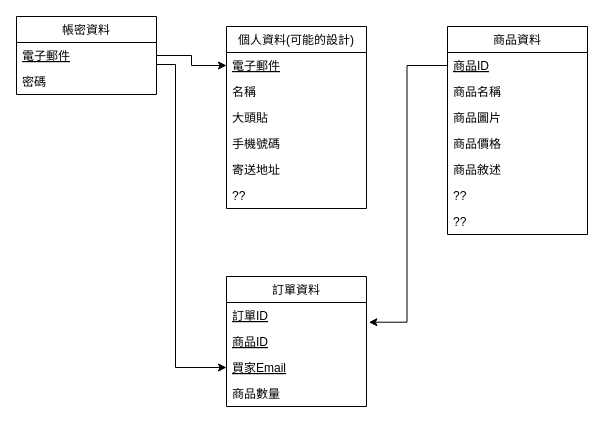
peter1421/SWE_Test keeps this draw.io diagram as DB.drawio. Above is the earlier version. Source tidied: cells renumbered, new cells numbered last; positions are measured from the earlier drawing's top-left corner, leaving out a move shared by most shapes. Both pictures are drawn from the tidied source at 100%, with x=0, y=0 at pixel (16, 16).
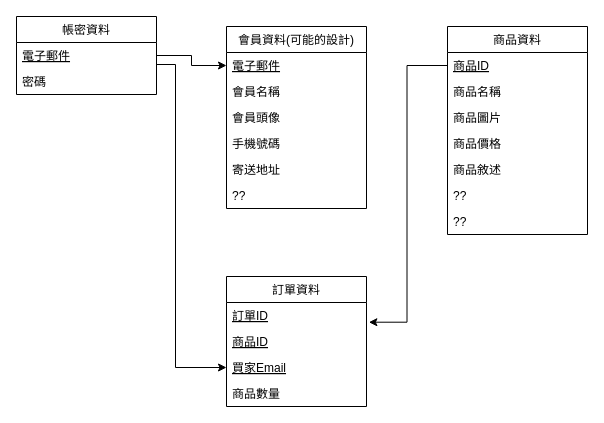
Above is the later version.

What changed in the source:
```diff
@@
-    <mxCell id="6" value="個人資料(可能的設計)" style="swimlane;fontStyle=0;horizontal=1;startSize=26;fillColor=none;" parent="1" vertex="1">
+    <mxCell id="6" value="會員資料(可能的設計)" style="swimlane;fontStyle=0;horizontal=1;startSize=26;fillColor=none;" parent="1" vertex="1">
       <mxGeometry x="210" y="10" width="140" height="182" as="geometry" />
     </mxCell>
@@
-    <mxCell id="8" value="名稱" style="text;strokeColor=none;fillColor=none;align=left;verticalAlign=top;spacingLeft=4;spacingRight=4;overflow=hidden;" parent="6" vertex="1">
+    <mxCell id="8" value="會員名稱" style="text;strokeColor=none;fillColor=none;align=left;verticalAlign=top;spacingLeft=4;spacingRight=4;overflow=hidden;" parent="6" vertex="1">
       <mxGeometry y="52" width="140" height="26" as="geometry" />
     </mxCell>
-    <mxCell id="9" value="大頭貼" style="text;strokeColor=none;fillColor=none;align=left;verticalAlign=top;spacingLeft=4;spacingRight=4;overflow=hidden;" parent="6" vertex="1">
+    <mxCell id="9" value="會員頭像" style="text;strokeColor=none;fillColor=none;align=left;verticalAlign=top;spacingLeft=4;spacingRight=4;overflow=hidden;" parent="6" vertex="1">
       <mxGeometry y="78" width="140" height="26" as="geometry" />
     </mxCell>
```
